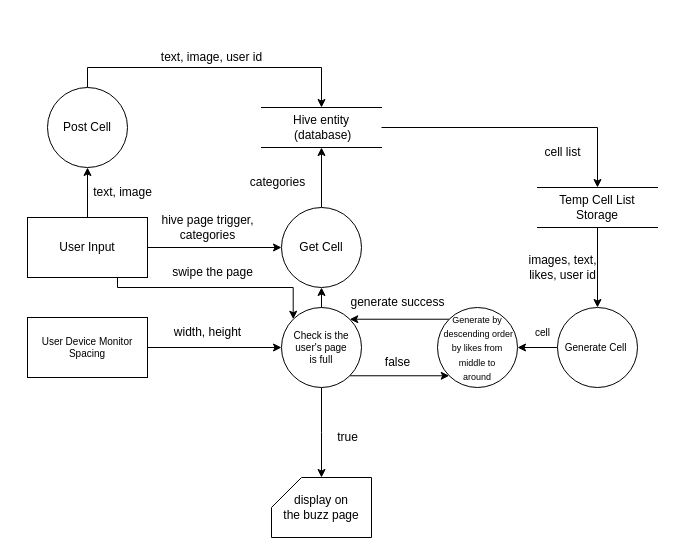
Earlier version of the draw.io diagram DFD/Hive/Hive.drawio (DonaldLamNL/buzzer). Source tidied: cells renumbered, new cells numbered last; positions are measured from the earlier drawing's top-left corner, leaving out a move shared by most shapes. Both pictures are drawn from the tidied source at 100%, with x=0, y=0 at pixel (27, 42).
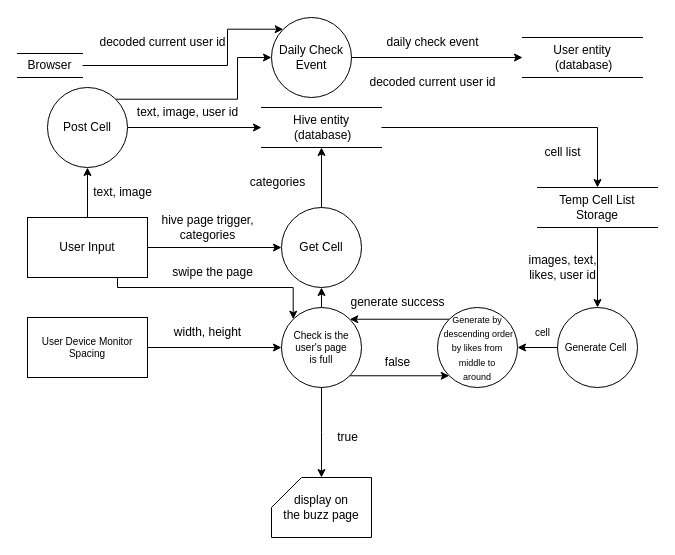
After the change.

Commit message:
Update Hive diagram

Unchanged cells that the change refers to:
```xml
<mxCell id="11" value="Hive entity&lt;br&gt;&amp;nbsp;(database)" style="shape=partialRectangle;whiteSpace=wrap;html=1;left=0;right=0;fillColor=none;rounded=0;strokeColor=default;fontFamily=Helvetica;fontSize=12;fontColor=default;" parent="1" vertex="1">
  <mxGeometry x="234" y="65" width="120" height="40" as="geometry" />
</mxCell>
<mxCell id="34" value="&lt;font style=&quot;font-size: 12px;&quot;&gt;Post Cell&lt;/font&gt;" style="ellipse;whiteSpace=wrap;html=1;fontSize=10;" parent="1" vertex="1">
  <mxGeometry x="20" y="45" width="80" height="80" as="geometry" />
</mxCell>
```

Diff of the diagram source:
```diff
@@
-    <mxCell id="33" style="edgeStyle=orthogonalEdgeStyle;rounded=0;jettySize=auto;html=1;entryX=0.5;entryY=0;entryDx=0;entryDy=0;fontSize=9;" parent="1" edge="1" source="34" target="11">
-      <mxGeometry relative="1" as="geometry">
-        <Array as="points">
-          <mxPoint x="60" y="25" />
-          <mxPoint x="294" y="25" />
-        </Array>
-      </mxGeometry>
+    <mxCell id="33" style="edgeStyle=orthogonalEdgeStyle;rounded=0;jettySize=auto;html=1;exitX=1;exitY=0.5;exitDx=0;exitDy=0;entryX=0;entryY=0.5;entryDx=0;entryDy=0;fontSize=12;" parent="1" edge="1" source="34" target="11">
+      <mxGeometry relative="1" as="geometry" />
     </mxCell>
+    <mxCell id="37" style="edgeStyle=orthogonalEdgeStyle;rounded=0;jettySize=auto;html=1;exitX=1;exitY=0;exitDx=0;exitDy=0;entryX=0;entryY=0.5;entryDx=0;entryDy=0;fontSize=12;" parent="1" edge="1" source="34" target="42">
+      <mxGeometry relative="1" as="geometry">
+        <Array as="points">
+          <mxPoint x="210" y="57" />
+          <mxPoint x="210" y="15" />
+        </Array>
+      </mxGeometry>
+    </mxCell>
@@
     <mxCell id="36" value="&lt;font style=&quot;font-size: 12px;&quot;&gt;text, image, user id&lt;/font&gt;" style="text;html=1;align=center;verticalAlign=middle;strokeColor=none;fillColor=none;fontSize=9;" parent="1" vertex="1">
-      <mxGeometry x="124" width="120" height="30" as="geometry" />
+      <mxGeometry x="100" y="55" width="120" height="30" as="geometry" />
     </mxCell>
+    <mxCell id="38" value="User entity&lt;br&gt;&amp;nbsp;(database)" style="shape=partialRectangle;whiteSpace=wrap;html=1;left=0;right=0;fillColor=none;rounded=0;strokeColor=default;fontFamily=Helvetica;fontSize=12;fontColor=default;" parent="1" vertex="1">
+      <mxGeometry x="495" y="-5" width="120" height="40" as="geometry" />
+    </mxCell>
+    <mxCell id="39" style="edgeStyle=orthogonalEdgeStyle;rounded=0;jettySize=auto;html=1;entryX=0;entryY=0;entryDx=0;entryDy=0;fontSize=12;" parent="1" edge="1" source="40" target="42">
+      <mxGeometry relative="1" as="geometry">
+        <Array as="points">
+          <mxPoint x="200" y="23" />
+          <mxPoint x="200" y="-13" />
+        </Array>
+      </mxGeometry>
+    </mxCell>
+    <mxCell id="40" value="Browser" style="shape=partialRectangle;whiteSpace=wrap;html=1;left=0;right=0;fillColor=none;rounded=0;strokeColor=default;fontFamily=Helvetica;fontSize=12;fontColor=default;" parent="1" vertex="1">
+      <mxGeometry x="-10" y="11" width="65" height="24" as="geometry" />
+    </mxCell>
+    <mxCell id="41" style="edgeStyle=orthogonalEdgeStyle;rounded=0;jettySize=auto;html=1;entryX=0;entryY=0.5;entryDx=0;entryDy=0;fontSize=12;" parent="1" edge="1" source="42" target="38">
+      <mxGeometry relative="1" as="geometry" />
+    </mxCell>
+    <mxCell id="42" value="Daily Check Event" style="ellipse;whiteSpace=wrap;html=1;fillColor=none;rounded=0;" parent="1" vertex="1">
+      <mxGeometry x="244" y="-25" width="80" height="80" as="geometry" />
+    </mxCell>
+    <mxCell id="43" value="daily check event" style="text;html=1;align=center;verticalAlign=middle;strokeColor=none;fillColor=none;fontSize=12;" parent="1" vertex="1">
+      <mxGeometry x="345" y="-15" width="120" height="30" as="geometry" />
+    </mxCell>
+    <mxCell id="44" value="decoded current user id" style="text;html=1;align=center;verticalAlign=middle;strokeColor=none;fillColor=none;fontSize=12;" parent="1" vertex="1">
+      <mxGeometry x="60" y="-15" width="150" height="30" as="geometry" />
+    </mxCell>
+    <mxCell id="45" value="decoded current user id" style="text;html=1;align=center;verticalAlign=middle;strokeColor=none;fillColor=none;fontSize=12;" parent="1" vertex="1">
+      <mxGeometry x="330" y="25" width="150" height="30" as="geometry" />
+    </mxCell>
```
